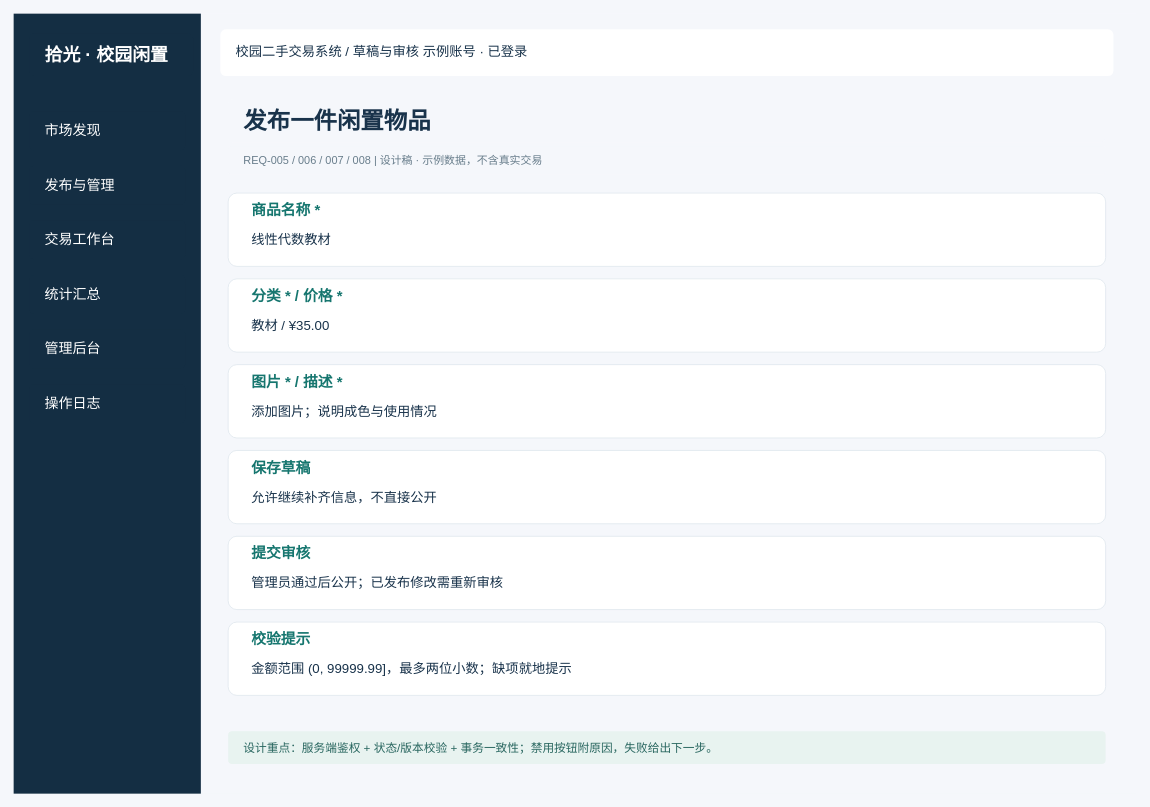
The draw.io diagram page "04_商品发布" (4 of 12) of UI界面/校园二手交易UI.drawio in AAAyuanweihua/software-engineering-lab1-requirements, before the edit. Source tidied: cells renumbered, new cells numbered last; positions are measured from the earlier drawing's top-left corner, leaving out a move shared by most shapes. Both pictures are drawn from the tidied source at 78%, with x=0, y=0 at pixel (13, 13).
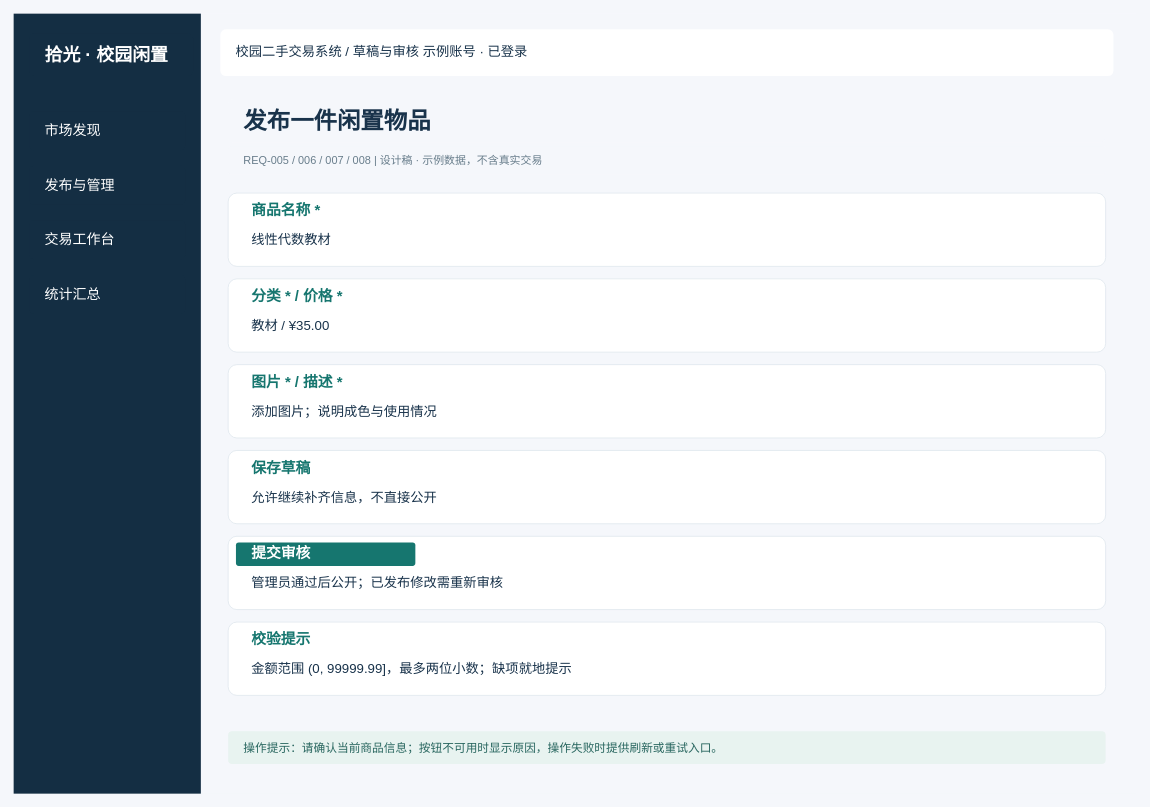
The same diagram, later.

The edit, as a diff of the source:
```diff
@@
-    <mxCell id="9" value="管理后台" style="rounded=1;whiteSpace=wrap;html=0;fillColor=#142E43;strokeColor=none;fontFamily=Microsoft YaHei;fontSize=18;fontColor=#FFFFFF;fontStyle=0;align=left;verticalAlign=middle;spacingLeft=18;spacingRight=15;arcSize=12;" parent="1" vertex="1">
-      <mxGeometry x="20" y="405" width="200" height="50" as="geometry" />
-    </mxCell>
-    <mxCell id="10" value="操作日志" style="rounded=1;whiteSpace=wrap;html=0;fillColor=#142E43;strokeColor=none;fontFamily=Microsoft YaHei;fontSize=18;fontColor=#FFFFFF;fontStyle=0;align=left;verticalAlign=middle;spacingLeft=18;spacingRight=15;arcSize=12;" parent="1" vertex="1">
-      <mxGeometry x="20" y="475" width="200" height="50" as="geometry" />
-    </mxCell>
@@
-    <mxCell id="27" value="提交审核" style="rounded=1;whiteSpace=wrap;html=0;fillColor=#FFFFFF;strokeColor=none;fontFamily=Microsoft YaHei;fontSize=19;fontColor=#16766F;fontStyle=1;align=left;verticalAlign=middle;spacingLeft=18;spacingRight=15;arcSize=12;" parent="1" vertex="1">
-      <mxGeometry x="285" y="678" width="1080" height="30" as="geometry" />
+    <mxCell id="27" value="提交审核" style="rounded=1;whiteSpace=wrap;html=0;fillColor=#16766F;strokeColor=none;fontFamily=Microsoft YaHei;fontSize=19;fontColor=#FFFFFF;fontStyle=1;align=left;verticalAlign=middle;spacingLeft=18;spacingRight=15;arcSize=12;" parent="1" vertex="1">
+      <mxGeometry x="285" y="678" width="230" height="30" as="geometry" />
     </mxCell>
@@
-    <mxCell id="32" value="设计重点：服务端鉴权 + 状态/版本校验 + 事务一致性；禁用按钮附原因，失败给出下一步。" style="rounded=1;whiteSpace=wrap;html=0;fillColor=#E8F3F0;strokeColor=none;fontFamily=Microsoft YaHei;fontSize=15;fontColor=#28665F;fontStyle=0;align=left;verticalAlign=middle;spacingLeft=18;spacingRight=15;arcSize=12;" parent="1" vertex="1">
+    <mxCell id="32" value="操作提示：请确认当前商品信息；按钮不可用时显示原因，操作失败时提供刷新或重试入口。" style="rounded=1;whiteSpace=wrap;html=0;fillColor=#E8F3F0;strokeColor=none;fontFamily=Microsoft YaHei;fontSize=15;fontColor=#28665F;fontStyle=0;align=left;verticalAlign=middle;spacingLeft=18;spacingRight=15;arcSize=12;" parent="1" vertex="1">
       <mxGeometry x="275" y="920" width="1125" height="42" as="geometry" />
     </mxCell>
```
